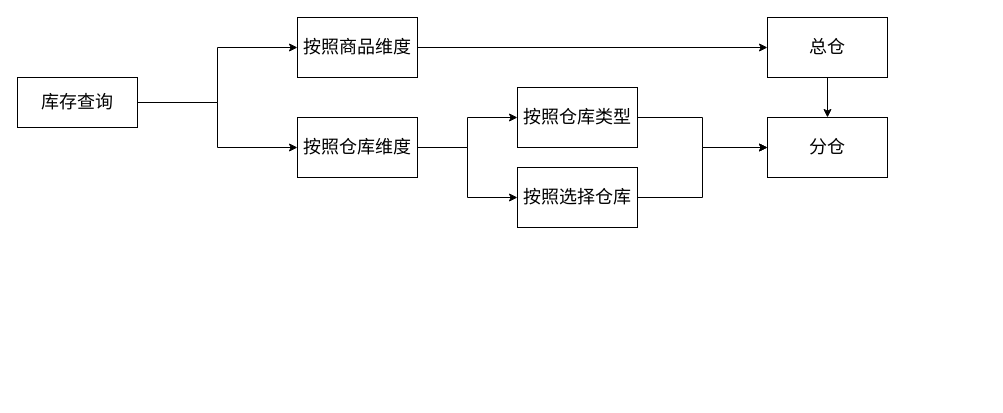
The draw.io diagram page "库存服务" (6 of 6) of 醉品系统业务流程.drawio in linbingxing/mind, before the edit. Source tidied: cells renumbered, new cells numbered last; positions are measured from the earlier drawing's top-left corner, leaving out a move shared by most shapes. Both pictures are drawn from the tidied source at 100%, with x=0, y=0 at pixel (17, 17).
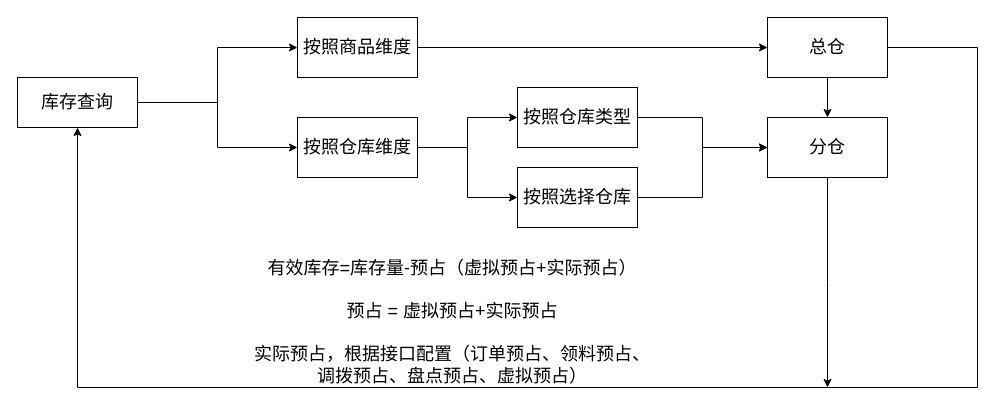
After the change.

The change refers to these unchanged cells:
```xml
<mxCell id="3" value="总仓" style="rounded=0;whiteSpace=wrap;html=1;fontSize=18;" parent="1" vertex="1">
  <mxGeometry x="750" width="120" height="60" as="geometry" />
</mxCell>
<mxCell id="6" value="库存查询" style="rounded=0;whiteSpace=wrap;html=1;fontSize=18;" parent="1" vertex="1">
  <mxGeometry y="60" width="120" height="50" as="geometry" />
</mxCell>
<mxCell id="12" value="分仓" style="whiteSpace=wrap;html=1;fontSize=18;rounded=0;" parent="1" vertex="1">
  <mxGeometry x="750" y="100" width="120" height="60" as="geometry" />
</mxCell>
```

What changed in the source:
```diff
@@
+    <mxCell id="17" style="edgeStyle=orthogonalEdgeStyle;rounded=0;jettySize=auto;html=1;entryX=0.5;entryY=1;entryDx=0;entryDy=0;fontSize=18;" parent="1" edge="1" source="3" target="6">
+      <mxGeometry relative="1" as="geometry">
+        <Array as="points">
+          <mxPoint x="960" y="30" />
+          <mxPoint x="960" y="370" />
+          <mxPoint x="60" y="370" />
+        </Array>
+      </mxGeometry>
+    </mxCell>
@@
+    <mxCell id="18" style="edgeStyle=orthogonalEdgeStyle;rounded=0;jettySize=auto;html=1;fontSize=18;" parent="1" edge="1" source="12">
+      <mxGeometry relative="1" as="geometry">
+        <mxPoint x="810" y="370" as="targetPoint" />
+      </mxGeometry>
+    </mxCell>
@@
+    <mxCell id="19" value="有效库存=库存量-预占（虚拟预占+实际预占）&lt;br&gt;&lt;br&gt;预占 = 虚拟预占+实际预占&lt;br&gt;&lt;br&gt;实际预占，根据接口配置（订单预占、领料预占、调拨预占、盘点预占、虚拟预占）" style="text;html=1;strokeColor=none;fillColor=none;align=center;verticalAlign=middle;whiteSpace=wrap;rounded=0;fontSize=18;" parent="1" vertex="1">
+      <mxGeometry x="230" y="250" width="410" height="110" as="geometry" />
+    </mxCell>
```
